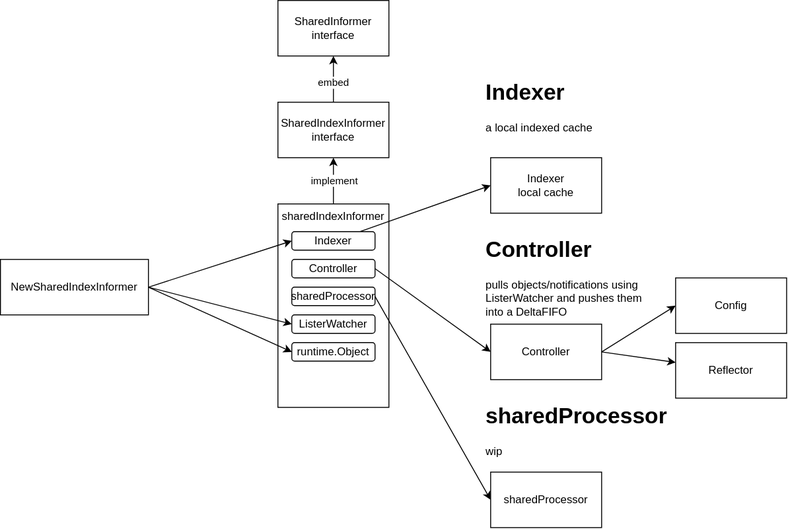
Before: contents/kubernetes-operator/client-go/informer/informer.drawio.svg, a diagram exported from draw.io (nakamasato/kubernetes-training). Source tidied: cells renumbered, new cells last; positions are measured from the earlier drawing's top-left corner, leaving out a move shared by most shapes.
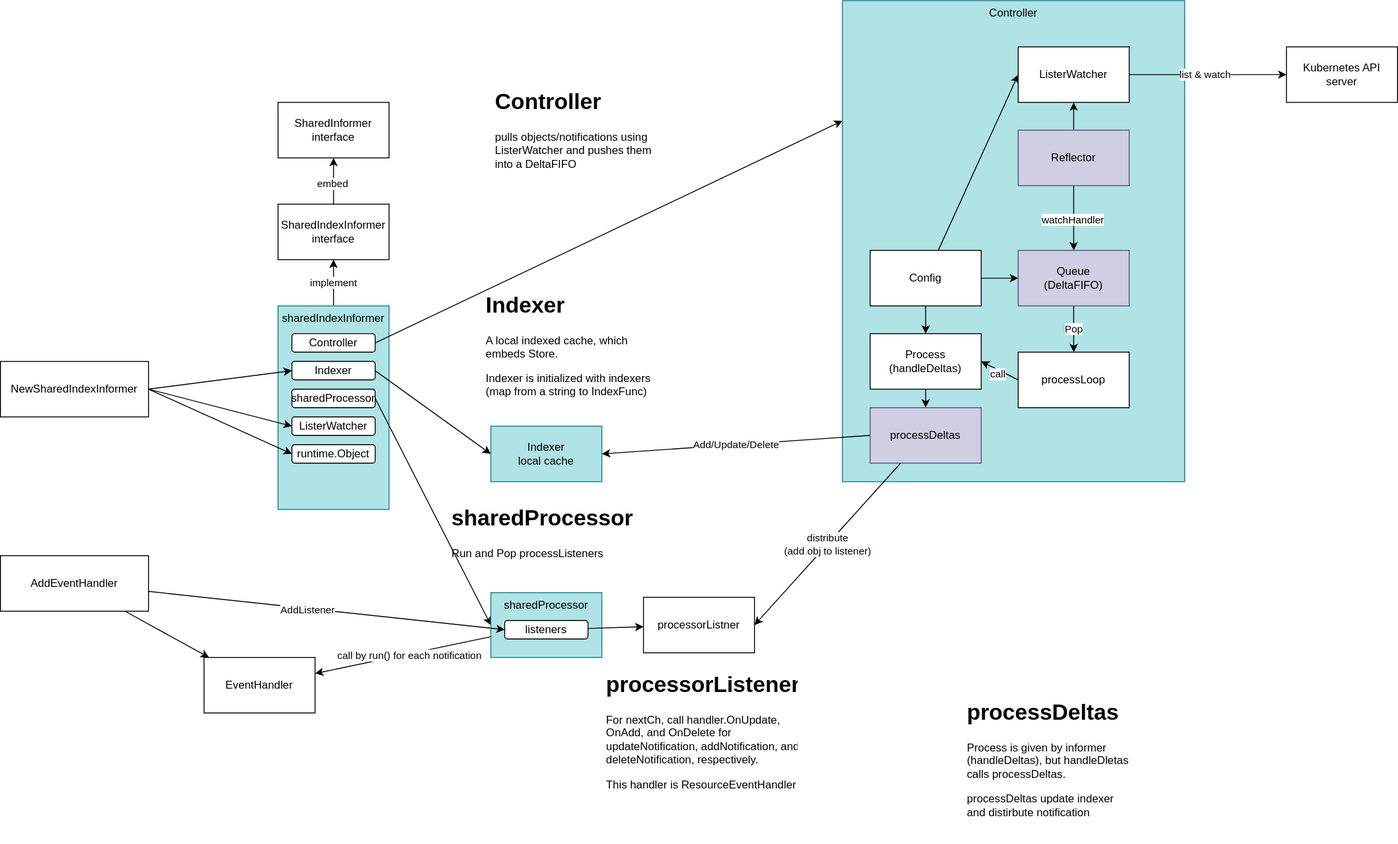
After the commit.

Diff of the diagram source:
```diff
@@ -8,23 +8,23 @@
     <mxCell id="3" value="implement" style="edgeLabel;html=1;align=center;verticalAlign=middle;" parent="2" vertex="1">
       <mxGeometry relative="1" as="geometry" />
     </mxCell>
-    <mxCell id="4" value="sharedIndexInformer" style="rounded=0;whiteSpace=wrap;html=1;verticalAlign=top;" parent="1" vertex="1">
+    <mxCell id="4" value="sharedIndexInformer" style="rounded=0;whiteSpace=wrap;html=1;verticalAlign=top;fillColor=#b0e3e6;strokeColor=#0e8088;" parent="1" vertex="1">
       <mxGeometry x="300" y="220" width="120" height="220" as="geometry" />
     </mxCell>
-    <mxCell id="5" style="edgeStyle=none;html=1;entryX=0;entryY=0.5;entryDx=0;entryDy=0;" parent="1" edge="1" source="6" target="13">
+    <mxCell id="5" style="edgeStyle=none;html=1;entryX=0;entryY=0.5;entryDx=0;entryDy=0;exitX=1;exitY=0.5;exitDx=0;exitDy=0;" parent="1" edge="1" source="6" target="13">
       <mxGeometry relative="1" as="geometry" />
     </mxCell>
     <mxCell id="6" value="Indexer" style="rounded=1;whiteSpace=wrap;html=1;" parent="1" vertex="1">
-      <mxGeometry x="315" y="250" width="90" height="20" as="geometry" />
+      <mxGeometry x="315" y="280" width="90" height="20" as="geometry" />
     </mxCell>
     <mxCell id="7" style="edgeStyle=none;html=1;entryX=0;entryY=0.5;entryDx=0;entryDy=0;exitX=1;exitY=0.5;exitDx=0;exitDy=0;" parent="1" edge="1" source="10" target="20">
       <mxGeometry relative="1" as="geometry" />
     </mxCell>
-    <mxCell id="8" style="edgeStyle=none;html=1;entryX=0;entryY=0.5;entryDx=0;entryDy=0;exitX=1;exitY=0.5;exitDx=0;exitDy=0;" parent="1" edge="1" source="9" target="23">
+    <mxCell id="8" style="edgeStyle=none;html=1;exitX=1;exitY=0.5;exitDx=0;exitDy=0;entryX=0;entryY=0.25;entryDx=0;entryDy=0;" parent="1" edge="1" source="9" target="23">
       <mxGeometry relative="1" as="geometry" />
     </mxCell>
     <mxCell id="9" value="Controller" style="rounded=1;whiteSpace=wrap;html=1;" parent="1" vertex="1">
-      <mxGeometry x="315" y="280" width="90" height="20" as="geometry" />
+      <mxGeometry x="315" y="250" width="90" height="20" as="geometry" />
     </mxCell>
     <mxCell id="10" value="sharedProcessor" style="rounded=1;whiteSpace=wrap;html=1;" parent="1" vertex="1">
       <mxGeometry x="315" y="310" width="90" height="20" as="geometry" />
@@ -35,8 +35,8 @@
     <mxCell id="12" value="runtime.Object" style="rounded=1;whiteSpace=wrap;html=1;" parent="1" vertex="1">
       <mxGeometry x="315" y="370" width="90" height="20" as="geometry" />
     </mxCell>
-    <mxCell id="13" value="Indexer&lt;br&gt;local cache" style="rounded=0;whiteSpace=wrap;html=1;" parent="1" vertex="1">
-      <mxGeometry x="530" y="170" width="120" height="60" as="geometry" />
+    <mxCell id="13" value="Indexer&lt;br&gt;local cache" style="rounded=0;whiteSpace=wrap;html=1;fillColor=#b0e3e6;strokeColor=#0e8088;" parent="1" vertex="1">
+      <mxGeometry x="530" y="350" width="120" height="60" as="geometry" />
     </mxCell>
     <mxCell id="14" style="edgeStyle=none;html=1;" parent="1" edge="1" source="16" target="17">
       <mxGeometry relative="1" as="geometry" />
@@ -50,26 +50,23 @@
     <mxCell id="17" value="SharedInformer&lt;br&gt;interface" style="whiteSpace=wrap;html=1;verticalAlign=middle;rounded=0;" parent="1" vertex="1">
       <mxGeometry x="300" width="120" height="60" as="geometry" />
     </mxCell>
-    <mxCell id="18" value="&lt;h1&gt;Indexer&lt;/h1&gt;&lt;p&gt;a local indexed cache&lt;/p&gt;" style="text;html=1;strokeColor=none;fillColor=none;spacing=5;spacingTop=-20;whiteSpace=wrap;overflow=hidden;rounded=0;" parent="1" vertex="1">
-      <mxGeometry x="520" y="80" width="190" height="80" as="geometry" />
+    <mxCell id="18" value="&lt;h1&gt;Indexer&lt;/h1&gt;&lt;p&gt;A local indexed cache, which embeds Store.&lt;/p&gt;&lt;p&gt;&lt;span&gt;Indexer is initialized with indexers (map from a string to IndexFunc)&lt;/span&gt;&lt;/p&gt;" style="text;html=1;strokeColor=none;fillColor=none;spacing=5;spacingTop=-20;whiteSpace=wrap;overflow=hidden;rounded=0;" parent="1" vertex="1">
+      <mxGeometry x="520" y="200" width="190" height="130" as="geometry" />
     </mxCell>
     <mxCell id="19" value="&lt;h1&gt;Controller&lt;/h1&gt;&lt;p&gt;pulls objects/notifications using ListerWatcher and pushes them into a DeltaFIFO&lt;/p&gt;" style="text;html=1;strokeColor=none;fillColor=none;spacing=5;spacingTop=-20;whiteSpace=wrap;overflow=hidden;rounded=0;" parent="1" vertex="1">
-      <mxGeometry x="520" y="250" width="190" height="120" as="geometry" />
+      <mxGeometry x="530" y="-20" width="190" height="120" as="geometry" />
     </mxCell>
+    <mxCell id="31" style="edgeStyle=none;html=1;" parent="1" edge="1" source="20" target="58">
+      <mxGeometry relative="1" as="geometry" />
+    </mxCell>
+    <mxCell id="32" value="call by run() for each notification" style="edgeLabel;html=1;align=center;verticalAlign=middle;" parent="31" vertex="1">
+      <mxGeometry x="-0.06" y="2" relative="1" as="geometry" />
+    </mxCell>
-    <mxCell id="20" value="sharedProcessor" style="rounded=0;whiteSpace=wrap;html=1;" parent="1" vertex="1">
-      <mxGeometry x="530" y="510" width="120" height="60" as="geometry" />
+    <mxCell id="20" value="sharedProcessor" style="rounded=0;whiteSpace=wrap;html=1;verticalAlign=top;fillColor=#b0e3e6;strokeColor=#0e8088;" parent="1" vertex="1">
+      <mxGeometry x="530" y="530" width="120" height="70" as="geometry" />
     </mxCell>
-    <mxCell id="21" style="edgeStyle=none;html=1;exitX=1;exitY=0.5;exitDx=0;exitDy=0;" parent="1" edge="1" source="23" target="29">
-      <mxGeometry relative="1" as="geometry" />
-    </mxCell>
-    <mxCell id="22" style="edgeStyle=none;html=1;entryX=0;entryY=0.5;entryDx=0;entryDy=0;exitX=1;exitY=0.5;exitDx=0;exitDy=0;" parent="1" edge="1" source="23" target="30">
-      <mxGeometry relative="1" as="geometry" />
-    </mxCell>
-    <mxCell id="23" value="Controller" style="rounded=0;whiteSpace=wrap;html=1;" parent="1" vertex="1">
-      <mxGeometry x="530" y="350" width="120" height="60" as="geometry" />
-    </mxCell>
-    <mxCell id="24" value="&lt;h1&gt;sharedProcessor&lt;/h1&gt;&lt;p&gt;wip&lt;/p&gt;" style="text;html=1;strokeColor=none;fillColor=none;spacing=5;spacingTop=-20;whiteSpace=wrap;overflow=hidden;rounded=0;" parent="1" vertex="1">
-      <mxGeometry x="520" y="430" width="215" height="80" as="geometry" />
+    <mxCell id="24" value="&lt;h1&gt;sharedProcessor&lt;/h1&gt;&lt;p&gt;Run and Pop processListeners&lt;/p&gt;" style="text;html=1;strokeColor=none;fillColor=none;spacing=5;spacingTop=-20;whiteSpace=wrap;overflow=hidden;rounded=0;" parent="1" vertex="1">
+      <mxGeometry x="482.5" y="430" width="215" height="80" as="geometry" />
     </mxCell>
     <mxCell id="25" style="edgeStyle=none;html=1;entryX=0;entryY=0.5;entryDx=0;entryDy=0;exitX=1;exitY=0.5;exitDx=0;exitDy=0;" parent="1" edge="1" source="27" target="6">
       <mxGeometry relative="1" as="geometry" />
@@ -83,11 +80,104 @@
     <mxCell id="28" style="edgeStyle=none;html=1;entryX=0;entryY=0.5;entryDx=0;entryDy=0;exitX=1;exitY=0.5;exitDx=0;exitDy=0;" parent="1" edge="1" source="27" target="12">
       <mxGeometry relative="1" as="geometry" />
     </mxCell>
+    <mxCell id="23" value="Controller" style="rounded=0;whiteSpace=wrap;html=1;verticalAlign=top;fillColor=#b0e3e6;strokeColor=#0e8088;" parent="1" vertex="1">
+      <mxGeometry x="910" y="-110" width="370" height="520" as="geometry" />
+    </mxCell>
+    <mxCell id="33" style="edgeStyle=none;html=1;" parent="1" edge="1" source="29" target="40">
+      <mxGeometry relative="1" as="geometry" />
+    </mxCell>
+    <mxCell id="34" value="watchHandler" style="edgeLabel;html=1;align=center;verticalAlign=middle;" parent="33" vertex="1">
+      <mxGeometry x="0.04" y="-1" relative="1" as="geometry" />
+    </mxCell>
+    <mxCell id="35" style="edgeStyle=none;html=1;" parent="1" edge="1" source="29" target="48">
+      <mxGeometry relative="1" as="geometry" />
+    </mxCell>
-    <mxCell id="29" value="Reflector" style="rounded=0;whiteSpace=wrap;html=1;" parent="1" vertex="1">
-      <mxGeometry x="730" y="370" width="120" height="60" as="geometry" />
+    <mxCell id="29" value="Reflector" style="rounded=0;whiteSpace=wrap;html=1;fillColor=#d0cee2;strokeColor=#56517e;" parent="1" vertex="1">
+      <mxGeometry x="1100" y="30" width="120" height="60" as="geometry" />
     </mxCell>
+    <mxCell id="36" style="edgeStyle=none;html=1;entryX=1;entryY=0.5;entryDx=0;entryDy=0;exitX=0;exitY=0.5;exitDx=0;exitDy=0;" parent="1" edge="1" source="38" target="45">
+      <mxGeometry relative="1" as="geometry" />
+    </mxCell>
+    <mxCell id="37" value="call" style="edgeLabel;html=1;align=center;verticalAlign=middle;" parent="36" vertex="1">
+      <mxGeometry x="0.03" y="4" relative="1" as="geometry" />
+    </mxCell>
+    <mxCell id="38" value="processLoop" style="rounded=0;whiteSpace=wrap;html=1;" parent="1" vertex="1">
+      <mxGeometry x="1100" y="270" width="120" height="60" as="geometry" />
+    </mxCell>
+    <mxCell id="39" value="Pop" style="edgeStyle=none;html=1;" parent="1" edge="1" source="40" target="38">
+      <mxGeometry relative="1" as="geometry" />
+    </mxCell>
+    <mxCell id="40" value="Queue &lt;br&gt;(DeltaFIFO)" style="rounded=0;whiteSpace=wrap;html=1;fillColor=#d0cee2;strokeColor=#56517e;" parent="1" vertex="1">
+      <mxGeometry x="1100" y="160" width="120" height="60" as="geometry" />
+    </mxCell>
+    <mxCell id="41" style="edgeStyle=none;html=1;" parent="1" edge="1" source="30" target="40">
+      <mxGeometry relative="1" as="geometry" />
+    </mxCell>
+    <mxCell id="42" style="edgeStyle=none;html=1;" parent="1" edge="1" source="30" target="45">
+      <mxGeometry relative="1" as="geometry" />
+    </mxCell>
+    <mxCell id="43" style="edgeStyle=none;html=1;entryX=0;entryY=0.5;entryDx=0;entryDy=0;" parent="1" edge="1" source="30" target="48">
+      <mxGeometry relative="1" as="geometry" />
+    </mxCell>
     <mxCell id="30" value="Config" style="rounded=0;whiteSpace=wrap;html=1;" parent="1" vertex="1">
-      <mxGeometry x="730" y="300" width="120" height="60" as="geometry" />
+      <mxGeometry x="940" y="160" width="120" height="60" as="geometry" />
     </mxCell>
+    <mxCell id="44" style="edgeStyle=none;html=1;" parent="1" edge="1" source="45" target="52">
+      <mxGeometry relative="1" as="geometry" />
+    </mxCell>
+    <mxCell id="45" value="Process&lt;br&gt;(handleDeltas)" style="rounded=0;whiteSpace=wrap;html=1;" parent="1" vertex="1">
+      <mxGeometry x="940" y="250" width="120" height="60" as="geometry" />
+    </mxCell>
+    <mxCell id="46" style="edgeStyle=none;html=1;" parent="1" edge="1" source="48" target="49">
+      <mxGeometry relative="1" as="geometry" />
+    </mxCell>
+    <mxCell id="47" value="list &amp;amp; watch" style="edgeLabel;html=1;align=center;verticalAlign=middle;" parent="46" vertex="1">
+      <mxGeometry x="-0.04" relative="1" as="geometry" />
+    </mxCell>
+    <mxCell id="48" value="ListerWatcher" style="rounded=0;whiteSpace=wrap;html=1;" parent="1" vertex="1">
+      <mxGeometry x="1100" y="-60" width="120" height="60" as="geometry" />
+    </mxCell>
+    <mxCell id="49" value="Kubernetes API server" style="rounded=0;whiteSpace=wrap;html=1;" parent="1" vertex="1">
+      <mxGeometry x="1390" y="-60" width="120" height="60" as="geometry" />
+    </mxCell>
+    <mxCell id="50" value="Add/Update/Delete" style="edgeStyle=none;html=1;entryX=1;entryY=0.5;entryDx=0;entryDy=0;exitX=0;exitY=0.5;exitDx=0;exitDy=0;" parent="1" edge="1" source="52" target="13">
+      <mxGeometry relative="1" as="geometry" />
+    </mxCell>
+    <mxCell id="51" value="distribute&lt;br&gt;(add obj to listener)" style="edgeStyle=none;html=1;entryX=1;entryY=0.5;entryDx=0;entryDy=0;" parent="1" edge="1" source="52" target="56">
+      <mxGeometry relative="1" as="geometry" />
+    </mxCell>
+    <mxCell id="52" value="processDeltas" style="rounded=0;whiteSpace=wrap;html=1;fillColor=#d0cee2;strokeColor=#56517e;" parent="1" vertex="1">
+      <mxGeometry x="940" y="330" width="120" height="60" as="geometry" />
+    </mxCell>
+    <mxCell id="53" value="&lt;h1&gt;processDeltas&lt;/h1&gt;&lt;p&gt;Process is given by informer (handleDeltas), but handleDletas calls processDeltas.&lt;/p&gt;&lt;p&gt;processDeltas update indexer and distirbute notification&lt;/p&gt;&lt;p&gt;&lt;br&gt;&lt;/p&gt;" style="text;html=1;strokeColor=none;fillColor=none;spacing=5;spacingTop=-20;whiteSpace=wrap;overflow=hidden;rounded=0;" parent="1" vertex="1">
+      <mxGeometry x="1040" y="640" width="190" height="160" as="geometry" />
+    </mxCell>
+    <mxCell id="54" style="edgeStyle=none;html=1;" parent="1" edge="1" source="55" target="56">
+      <mxGeometry relative="1" as="geometry" />
+    </mxCell>
+    <mxCell id="55" value="listeners" style="rounded=1;whiteSpace=wrap;html=1;" parent="1" vertex="1">
+      <mxGeometry x="545" y="560" width="90" height="20" as="geometry" />
+    </mxCell>
+    <mxCell id="56" value="processorListner" style="rounded=0;whiteSpace=wrap;html=1;verticalAlign=middle;" parent="1" vertex="1">
+      <mxGeometry x="695" y="535" width="120" height="60" as="geometry" />
+    </mxCell>
+    <mxCell id="57" value="&lt;h1&gt;processorListener&lt;/h1&gt;&lt;p&gt;For nextCh, call handler.OnUpdate, OnAdd, and OnDelete for updateNotification, addNotification, and deleteNotification, respectively.&lt;/p&gt;&lt;p&gt;This handler is ResourceEventHandler&lt;/p&gt;" style="text;html=1;strokeColor=none;fillColor=none;spacing=5;spacingTop=-20;whiteSpace=wrap;overflow=hidden;rounded=0;" parent="1" vertex="1">
+      <mxGeometry x="650" y="610" width="215" height="150" as="geometry" />
+    </mxCell>
+    <mxCell id="58" value="EventHandler" style="rounded=0;whiteSpace=wrap;html=1;verticalAlign=middle;" parent="1" vertex="1">
+      <mxGeometry x="220" y="600" width="120" height="60" as="geometry" />
+    </mxCell>
+    <mxCell id="59" style="edgeStyle=none;html=1;" parent="1" edge="1" source="62" target="58">
+      <mxGeometry relative="1" as="geometry" />
+    </mxCell>
+    <mxCell id="60" style="edgeStyle=none;html=1;entryX=0;entryY=0.5;entryDx=0;entryDy=0;" parent="1" edge="1" source="62" target="55">
+      <mxGeometry relative="1" as="geometry" />
+    </mxCell>
+    <mxCell id="61" value="AddListener" style="edgeLabel;html=1;align=center;verticalAlign=middle;" parent="60" vertex="1">
+      <mxGeometry x="-0.1" y="-2" relative="1" as="geometry" />
+    </mxCell>
+    <mxCell id="62" value="AddEventHandler" style="rounded=0;whiteSpace=wrap;html=1;" parent="1" vertex="1">
+      <mxGeometry y="490" width="160" height="60" as="geometry" />
+    </mxCell>
   </root>
 </mxGraphModel>
```
